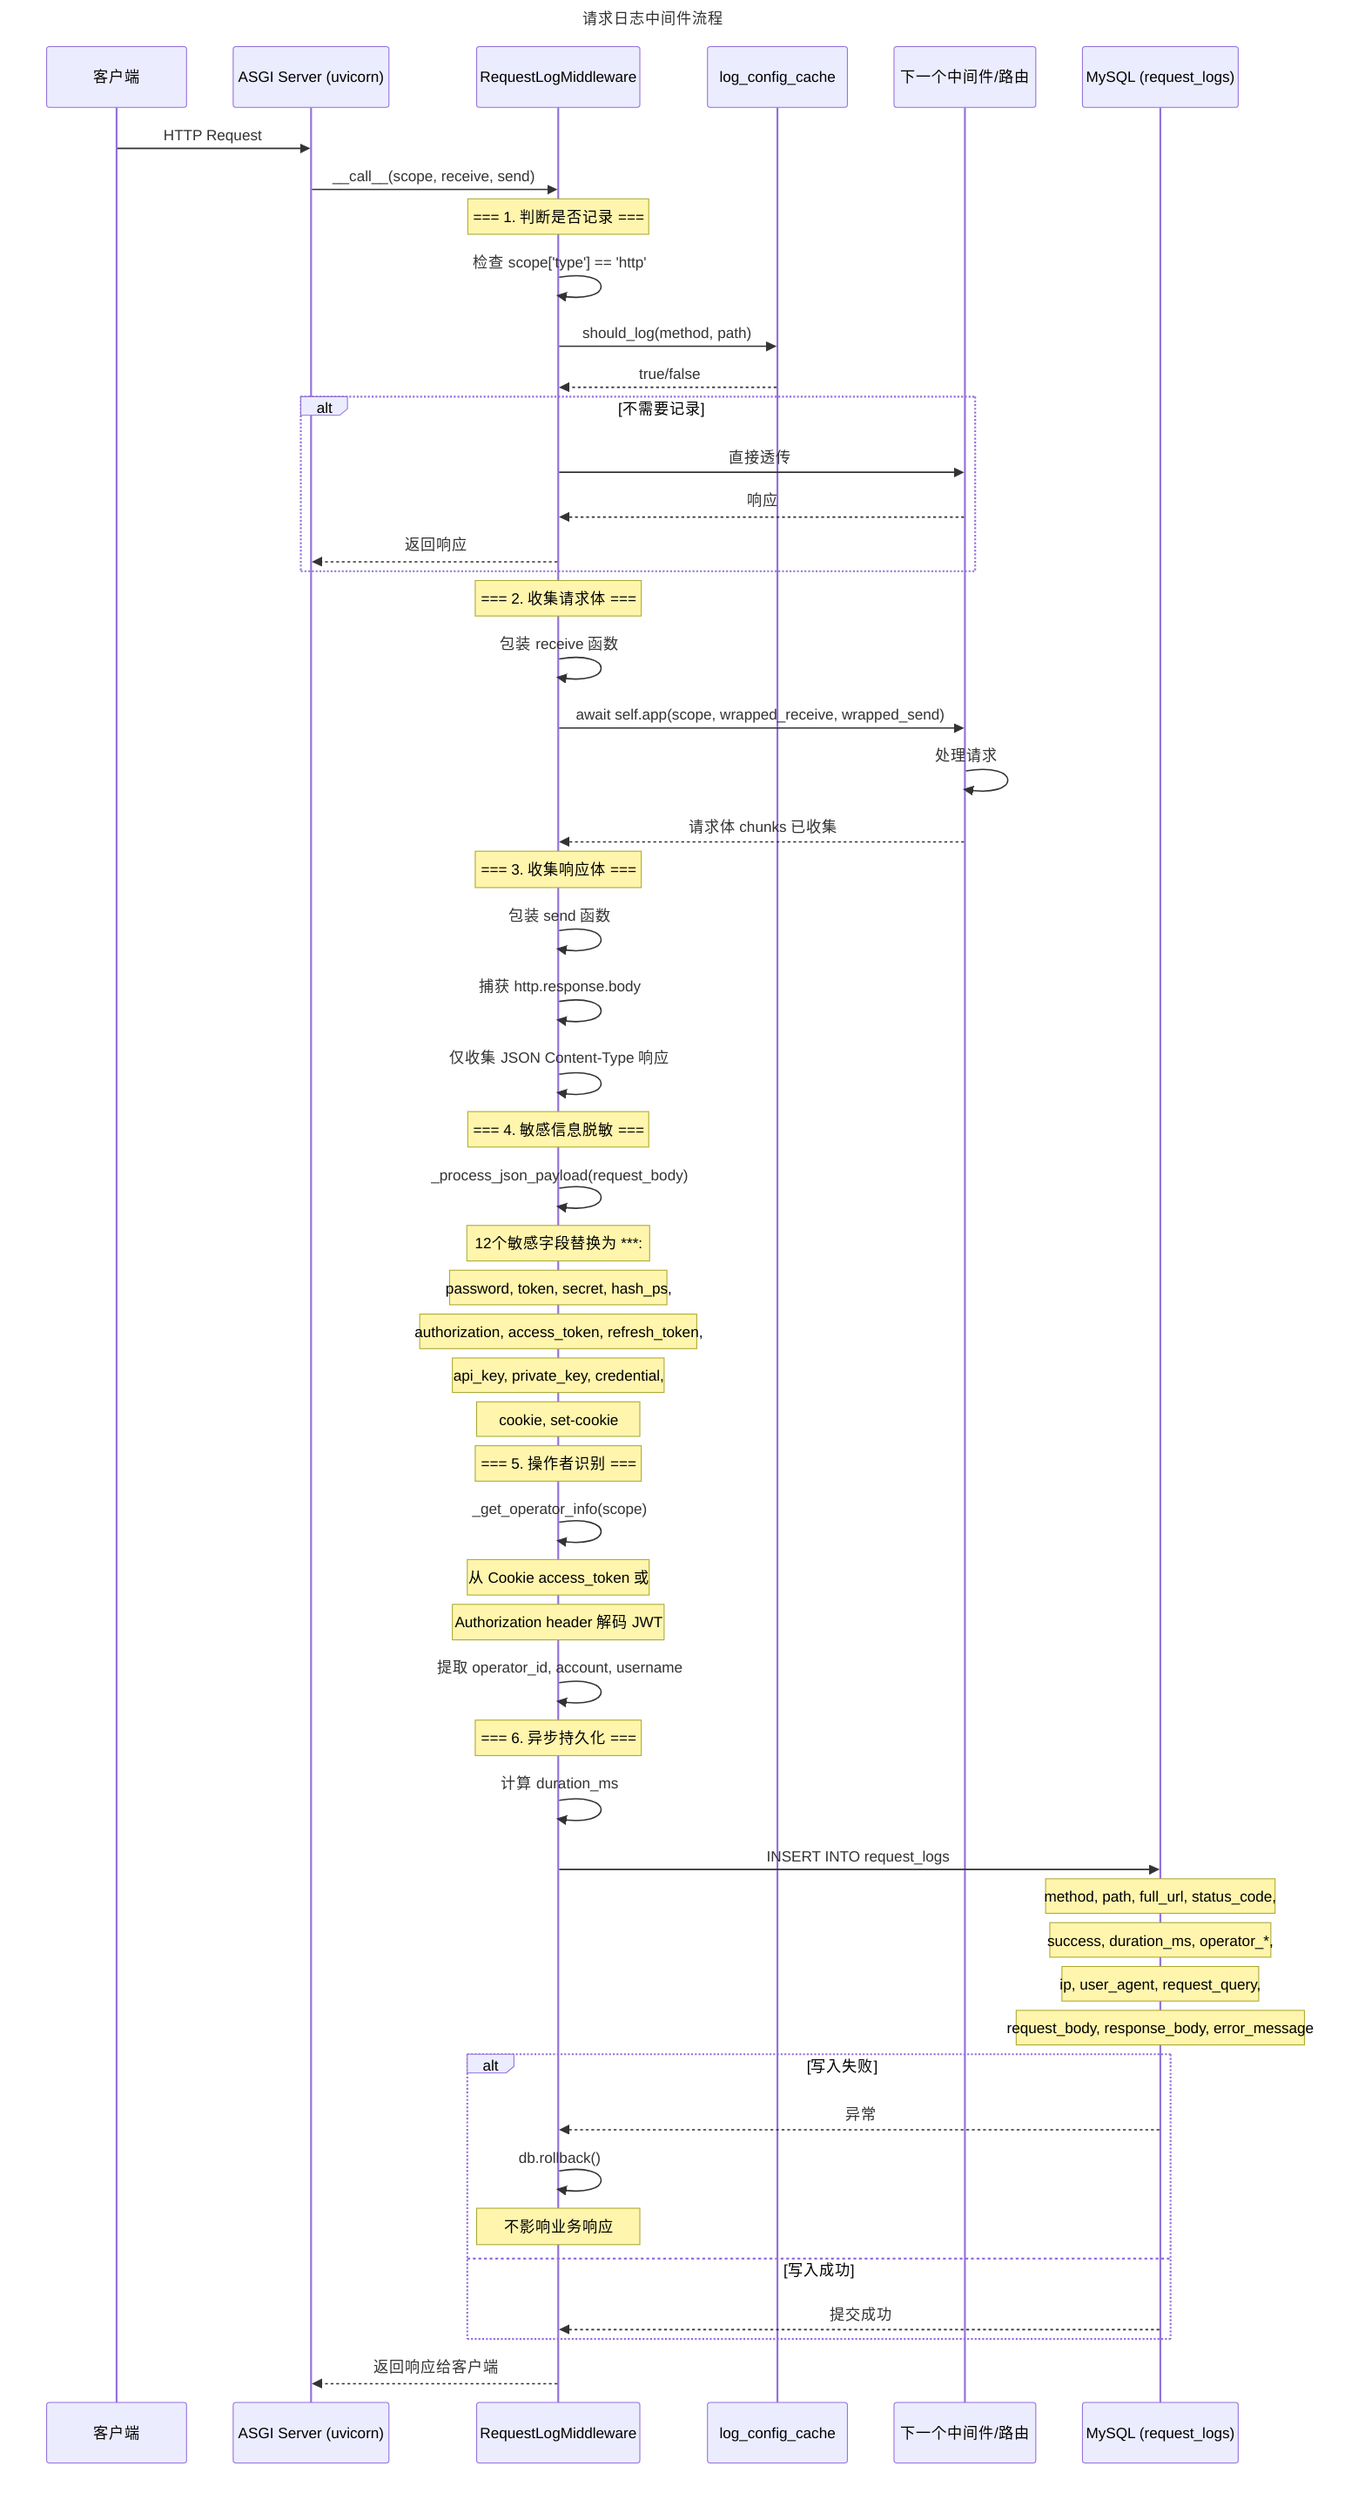
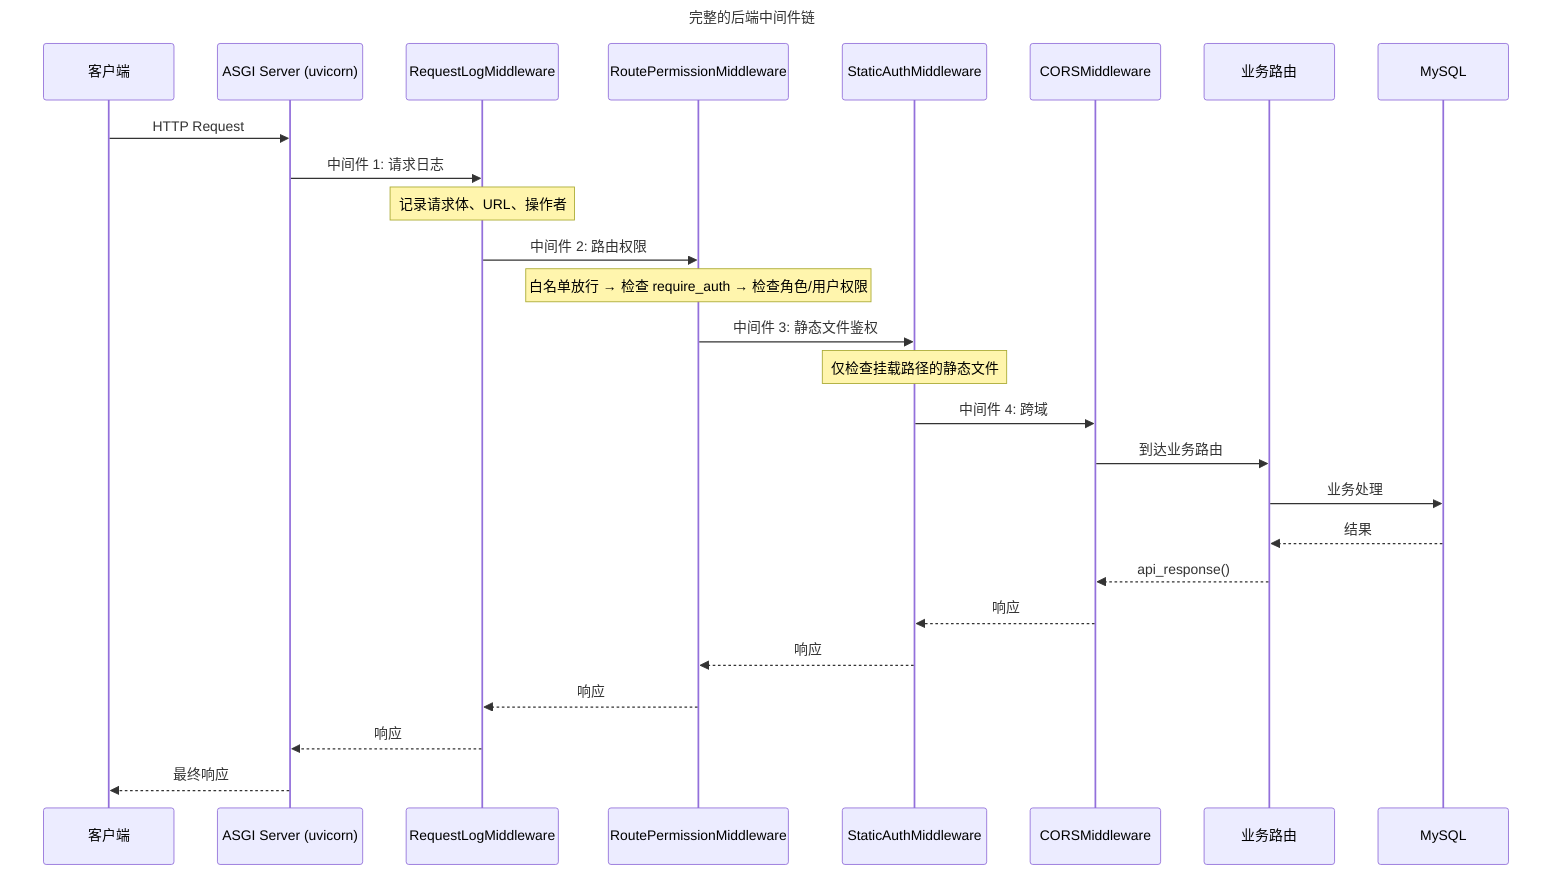
---
- title: 请求日志中间件流程
+ title: 完整的后端中间件链
---
sequenceDiagram
    participant Client as 客户端
    participant ASGI as ASGI Server (uvicorn)
    participant RLM as RequestLogMiddleware
-     participant Config as log_config_cache
-     participant Next as 下一个中间件/路由
-     participant DB as MySQL (request_logs)
+     participant RPM as RoutePermissionMiddleware
+     participant SAM as StaticAuthMiddleware
+     participant CORS as CORSMiddleware
+     participant Route as 业务路由
+     participant DB as MySQL

    Client->>ASGI: HTTP Request
-     ASGI->>RLM: __call__(scope, receive, send)
- 
-     Note over RLM: === 1. 判断是否记录 ===
-     RLM->>RLM: 检查 scope['type'] == 'http'
-     RLM->>Config: should_log(method, path)
-     Config-->>RLM: true/false
- 
-     alt 不需要记录
-         RLM->>Next: 直接透传
-         Next-->>RLM: 响应
-         RLM-->>ASGI: 返回响应
-     end
- 
-     Note over RLM: === 2. 收集请求体 ===
-     RLM->>RLM: 包装 receive 函数
-     RLM->>Next: await self.app(scope, wrapped_receive, wrapped_send)
-     Next->>Next: 处理请求
-     Next-->>RLM: 请求体 chunks 已收集
- 
-     Note over RLM: === 3. 收集响应体 ===
-     RLM->>RLM: 包装 send 函数
-     RLM->>RLM: 捕获 http.response.body
-     RLM->>RLM: 仅收集 JSON Content-Type 响应
- 
-     Note over RLM: === 4. 敏感信息脱敏 ===
-     RLM->>RLM: _process_json_payload(request_body)
-     Note over RLM: 12个敏感字段替换为 ***:
-     Note over RLM: password, token, secret, hash_ps,
-     Note over RLM: authorization, access_token, refresh_token,
-     Note over RLM: api_key, private_key, credential,
-     Note over RLM: cookie, set-cookie
- 
-     Note over RLM: === 5. 操作者识别 ===
-     RLM->>RLM: _get_operator_info(scope)
-     Note over RLM: 从 Cookie access_token 或
-     Note over RLM: Authorization header 解码 JWT
-     RLM->>RLM: 提取 operator_id, account, username
- 
-     Note over RLM: === 6. 异步持久化 ===
-     RLM->>RLM: 计算 duration_ms
-     RLM->>DB: INSERT INTO request_logs
-     Note over DB: method, path, full_url, status_code,
-     Note over DB: success, duration_ms, operator_*,
-     Note over DB: ip, user_agent, request_query,
-     Note over DB: request_body, response_body, error_message
- 
-     alt 写入失败
-         DB-->>RLM: 异常
-         RLM->>RLM: db.rollback()
-         Note over RLM: 不影响业务响应
-     else 写入成功
-         DB-->>RLM: 提交成功
-     end
- 
-     RLM-->>ASGI: 返回响应给客户端
+     ASGI->>RLM: 中间件 1: 请求日志
+     Note over RLM: 记录请求体、URL、操作者
+     RLM->>RPM: 中间件 2: 路由权限
+     Note over RPM: 白名单放行 → 检查 require_auth → 检查角色/用户权限
+     RPM->>SAM: 中间件 3: 静态文件鉴权
+     Note over SAM: 仅检查挂载路径的静态文件
+     SAM->>CORS: 中间件 4: 跨域
+     CORS->>Route: 到达业务路由
+     Route->>DB: 业务处理
+     DB-->>Route: 结果
+     Route-->>CORS: api_response()
+     CORS-->>SAM: 响应
+     SAM-->>RPM: 响应
+     RPM-->>RLM: 响应
+     RLM-->>ASGI: 响应
+     ASGI-->>Client: 最终响应